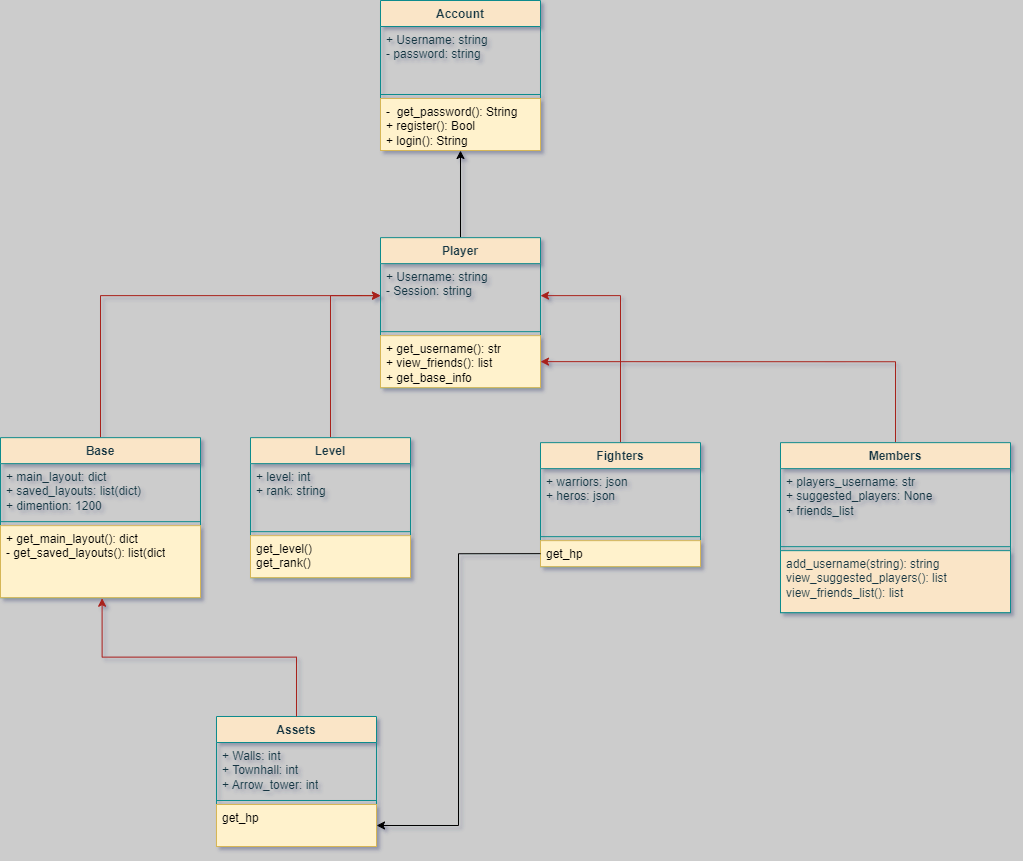
Before: uml/uml_design.png, a diagram exported from draw.io (HamzLDN/WorldOfUnity). Source tidied: cells renumbered, new cells last; positions are measured from the earlier drawing's top-left corner, leaving out a move shared by most shapes.
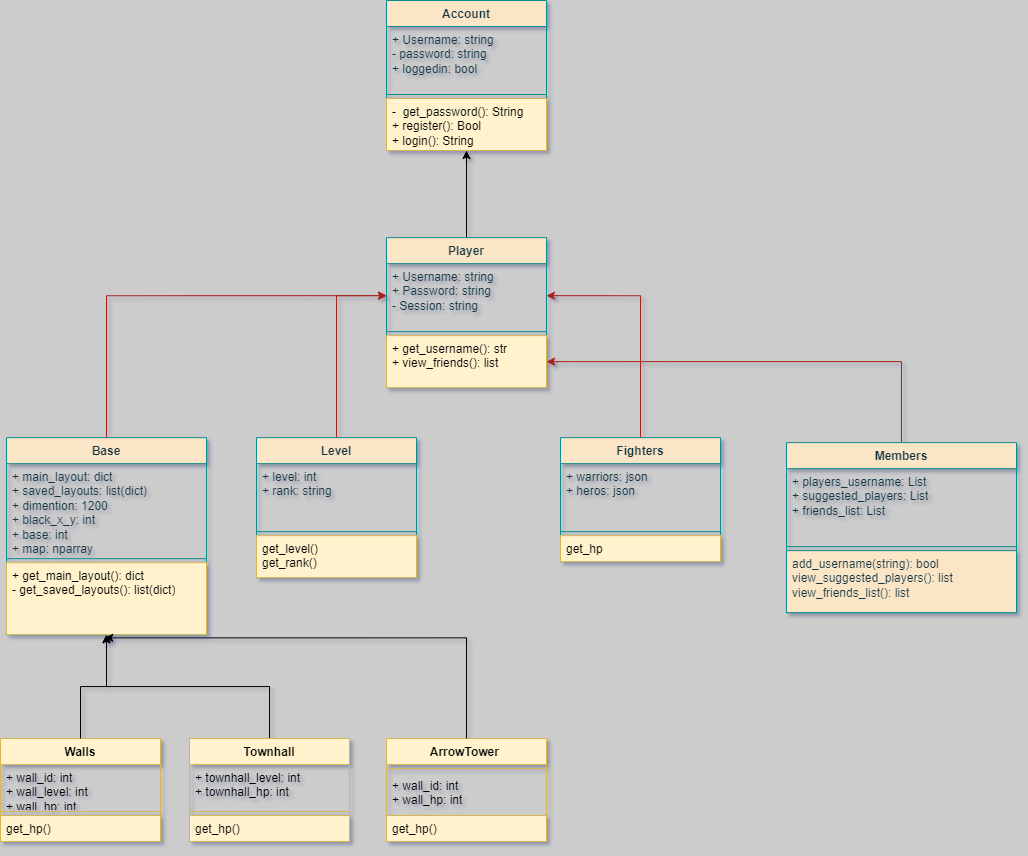
Above is the later version.

Commit message:
UML redesign

Diff of the diagram source:
```diff
@@ -8,29 +8,29 @@
     <mxCell id="3" value="Player" style="swimlane;fontStyle=1;align=center;verticalAlign=top;horizontal=1;startSize=26;whiteSpace=wrap;html=1;fillColor=#FAE5C7;strokeColor=#0F8B8D;labelBackgroundColor=none;fontColor=#143642;" parent="1" vertex="1">
       <mxGeometry x="380" y="237.1" width="160" height="150" as="geometry" />
     </mxCell>
-    <mxCell id="4" value="&lt;div&gt;+ Username: string&lt;/div&gt;&lt;div&gt;- Session: string&lt;/div&gt;" style="text;strokeColor=none;fillColor=none;align=left;verticalAlign=top;spacingLeft=4;spacingRight=4;overflow=hidden;points=[[0,0.5],[1,0.5]];portConstraint=eastwest;whiteSpace=wrap;html=1;labelBackgroundColor=none;fontColor=#143642;" parent="3" vertex="1">
+    <mxCell id="4" value="&lt;div&gt;+ Username: string&lt;/div&gt;&lt;div&gt;+ Password: string&lt;/div&gt;&lt;div&gt;- Session: string&lt;/div&gt;" style="text;strokeColor=none;fillColor=none;align=left;verticalAlign=top;spacingLeft=4;spacingRight=4;overflow=hidden;points=[[0,0.5],[1,0.5]];portConstraint=eastwest;whiteSpace=wrap;html=1;labelBackgroundColor=none;fontColor=#143642;" parent="3" vertex="1">
       <mxGeometry y="26" width="160" height="64" as="geometry" />
     </mxCell>
     <mxCell id="5" style="line;strokeWidth=1;fillColor=none;align=left;verticalAlign=middle;spacingTop=-1;spacingLeft=3;spacingRight=3;labelPosition=right;strokeColor=#0F8B8D;labelBackgroundColor=none;fontColor=#143642;" parent="3" vertex="1">
       <mxGeometry y="90" width="160" height="8" as="geometry" />
     </mxCell>
-    <mxCell id="6" value="+ get_username(): str&lt;div&gt;+ view_friends(): list&lt;/div&gt;&lt;div&gt;+ get_base_info&lt;/div&gt;" style="text;strokeColor=#d6b656;fillColor=#fff2cc;align=left;verticalAlign=top;spacingLeft=4;spacingRight=4;overflow=hidden;points=[[0,0.5],[1,0.5]];portConstraint=eastwest;whiteSpace=wrap;html=1;labelBackgroundColor=none;" parent="3" vertex="1">
+    <mxCell id="6" value="+ get_username(): str&lt;div&gt;+ view_friends(): list&lt;/div&gt;&lt;div&gt;&lt;br&gt;&lt;/div&gt;" style="text;strokeColor=#d6b656;fillColor=#fff2cc;align=left;verticalAlign=top;spacingLeft=4;spacingRight=4;overflow=hidden;points=[[0,0.5],[1,0.5]];portConstraint=eastwest;whiteSpace=wrap;html=1;labelBackgroundColor=none;" parent="3" vertex="1">
       <mxGeometry y="98" width="160" height="52" as="geometry" />
     </mxCell>
     <mxCell id="7" style="edgeStyle=orthogonalEdgeStyle;rounded=0;jettySize=auto;html=1;entryX=0;entryY=0.5;entryDx=0;entryDy=0;labelBackgroundColor=none;strokeColor=#A8201A;fontColor=default;" parent="1" edge="1" source="8" target="4">
       <mxGeometry relative="1" as="geometry" />
     </mxCell>
     <mxCell id="8" value="Base" style="swimlane;fontStyle=1;align=center;verticalAlign=top;horizontal=1;startSize=26;whiteSpace=wrap;html=1;fillColor=#FAE5C7;strokeColor=#0F8B8D;labelBackgroundColor=none;fontColor=#143642;" parent="1" vertex="1">
-      <mxGeometry y="437.1" width="200" height="160" as="geometry" />
+      <mxGeometry y="437.1" width="200" height="197" as="geometry" />
     </mxCell>
-    <mxCell id="9" value="+ main_layout: dict&lt;div&gt;+ saved_layouts: list(dict)&lt;/div&gt;&lt;div&gt;+ dimention: 1200&lt;/div&gt;" style="text;strokeColor=none;fillColor=none;align=left;verticalAlign=top;spacingLeft=4;spacingRight=4;overflow=hidden;whiteSpace=wrap;html=1;labelBackgroundColor=none;fontColor=#143642;" parent="8" vertex="1">
-      <mxGeometry y="26" width="200" height="54" as="geometry" />
+    <mxCell id="9" value="+ main_layout: dict&lt;div&gt;+ saved_layouts: list(dict)&lt;/div&gt;&lt;div&gt;+ dimention: 1200&lt;/div&gt;&lt;div&gt;+ black_x_y: int&lt;/div&gt;&lt;div&gt;+ base: int&lt;/div&gt;&lt;div&gt;+ map: nparray&lt;/div&gt;" style="text;strokeColor=none;fillColor=none;align=left;verticalAlign=top;spacingLeft=4;spacingRight=4;overflow=hidden;whiteSpace=wrap;html=1;labelBackgroundColor=none;fontColor=#143642;" parent="8" vertex="1">
+      <mxGeometry y="26" width="200" height="91" as="geometry" />
     </mxCell>
     <mxCell id="10" style="line;strokeWidth=1;fillColor=none;align=left;verticalAlign=middle;spacingTop=-1;spacingLeft=3;spacingRight=3;labelPosition=right;strokeColor=#0F8B8D;labelBackgroundColor=none;fontColor=#143642;" parent="8" vertex="1">
-      <mxGeometry y="80" width="200" height="8" as="geometry" />
+      <mxGeometry y="117" width="200" height="8" as="geometry" />
     </mxCell>
-    <mxCell id="11" value="+ get_main_layout(): dict&lt;div&gt;- get_saved_layouts(): list(dict&lt;/div&gt;" style="text;strokeColor=#d6b656;fillColor=#fff2cc;align=left;verticalAlign=top;spacingLeft=4;spacingRight=4;overflow=hidden;points=[[0,0.5],[1,0.5]];portConstraint=eastwest;whiteSpace=wrap;html=1;labelBackgroundColor=none;" parent="8" vertex="1">
-      <mxGeometry y="88" width="200" height="72" as="geometry" />
+    <mxCell id="11" value="+ get_main_layout(): dict&lt;div&gt;- get_saved_layouts(): list(dict)&lt;/div&gt;&lt;div&gt;&lt;br&gt;&lt;/div&gt;" style="text;strokeColor=#d6b656;fillColor=#fff2cc;align=left;verticalAlign=top;spacingLeft=4;spacingRight=4;overflow=hidden;points=[[0,0.5],[1,0.5]];portConstraint=eastwest;whiteSpace=wrap;html=1;labelBackgroundColor=none;" parent="8" vertex="1">
+      <mxGeometry y="125" width="200" height="72" as="geometry" />
     </mxCell>
     <mxCell id="12" style="edgeStyle=orthogonalEdgeStyle;rounded=0;jettySize=auto;html=1;entryX=0;entryY=0.5;entryDx=0;entryDy=0;labelBackgroundColor=none;strokeColor=#A8201A;fontColor=default;" parent="1" edge="1" source="13" target="4">
       <mxGeometry relative="1" as="geometry" />
@@ -47,26 +47,11 @@
     <mxCell id="16" value="get_level()&lt;div&gt;get_rank()&lt;/div&gt;" style="text;strokeColor=#d6b656;fillColor=#fff2cc;align=left;verticalAlign=top;spacingLeft=4;spacingRight=4;overflow=hidden;whiteSpace=wrap;html=1;labelBackgroundColor=none;" parent="13" vertex="1">
       <mxGeometry y="98" width="160" height="42" as="geometry" />
     </mxCell>
-    <mxCell id="17" value="Assets" style="swimlane;fontStyle=1;align=center;verticalAlign=top;horizontal=1;startSize=26;whiteSpace=wrap;html=1;fillColor=#FAE5C7;strokeColor=#0F8B8D;labelBackgroundColor=none;fontColor=#143642;" parent="1" vertex="1">
-      <mxGeometry x="216" y="716" width="160" height="130" as="geometry" />
-    </mxCell>
-    <mxCell id="18" value="+ Walls: int&lt;div&gt;+ Townhall: int&lt;/div&gt;&lt;div&gt;+ Arrow_tower: int&lt;/div&gt;" style="text;strokeColor=none;fillColor=none;align=left;verticalAlign=top;spacingLeft=4;spacingRight=4;overflow=hidden;whiteSpace=wrap;html=1;labelBackgroundColor=none;fontColor=#143642;" parent="17" vertex="1">
-      <mxGeometry y="26" width="160" height="54" as="geometry" />
-    </mxCell>
-    <mxCell id="19" style="line;strokeWidth=1;fillColor=none;align=left;verticalAlign=middle;spacingTop=-1;spacingLeft=3;spacingRight=3;labelPosition=right;strokeColor=#0F8B8D;labelBackgroundColor=none;fontColor=#143642;" parent="17" vertex="1">
-      <mxGeometry y="80" width="160" height="8" as="geometry" />
-    </mxCell>
-    <mxCell id="20" value="get_hp" style="text;strokeColor=#d6b656;fillColor=#fff2cc;align=left;verticalAlign=top;spacingLeft=4;spacingRight=4;overflow=hidden;points=[[0,0.5],[1,0.5]];portConstraint=eastwest;whiteSpace=wrap;html=1;labelBackgroundColor=none;" parent="17" vertex="1">
-      <mxGeometry y="88" width="160" height="42" as="geometry" />
-    </mxCell>
-    <mxCell id="21" style="edgeStyle=orthogonalEdgeStyle;rounded=0;jettySize=auto;html=1;entryX=0.508;entryY=1.008;entryDx=0;entryDy=0;entryPerimeter=0;labelBackgroundColor=none;strokeColor=#A8201A;fontColor=default;" parent="1" edge="1" source="17" target="11">
-      <mxGeometry relative="1" as="geometry" />
-    </mxCell>
     <mxCell id="22" style="edgeStyle=orthogonalEdgeStyle;rounded=0;jettySize=auto;html=1;entryX=1;entryY=0.5;entryDx=0;entryDy=0;labelBackgroundColor=none;strokeColor=#A8201A;fontColor=default;" parent="1" edge="1" source="23" target="4">
       <mxGeometry relative="1" as="geometry" />
     </mxCell>
     <mxCell id="23" value="Fighters" style="swimlane;fontStyle=1;align=center;verticalAlign=top;horizontal=1;startSize=26;whiteSpace=wrap;html=1;fillColor=#FAE5C7;strokeColor=#0F8B8D;labelBackgroundColor=none;fontColor=#143642;" parent="1" vertex="1">
-      <mxGeometry x="540" y="442.1" width="160" height="124" as="geometry" />
+      <mxGeometry x="554" y="437.1" width="160" height="124" as="geometry" />
     </mxCell>
     <mxCell id="24" value="+ warriors: json&lt;div&gt;+ heros: json&lt;/div&gt;" style="text;strokeColor=none;fillColor=none;align=left;verticalAlign=top;spacingLeft=4;spacingRight=4;overflow=hidden;whiteSpace=wrap;html=1;labelBackgroundColor=none;fontColor=#143642;" parent="23" vertex="1">
       <mxGeometry y="26" width="160" height="64" as="geometry" />
@@ -83,22 +68,19 @@
     <mxCell id="28" value="Members" style="swimlane;fontStyle=1;align=center;verticalAlign=top;horizontal=1;startSize=26;whiteSpace=wrap;html=1;fillColor=#FAE5C7;strokeColor=#0F8B8D;labelBackgroundColor=none;fontColor=#143642;" parent="1" vertex="1">
       <mxGeometry x="780" y="442.1" width="230" height="170" as="geometry" />
     </mxCell>
-    <mxCell id="29" value="+ players_username: str&lt;div&gt;+ suggested_players: None&lt;/div&gt;&lt;div&gt;+ friends_list&lt;/div&gt;" style="text;strokeColor=none;fillColor=none;align=left;verticalAlign=top;spacingLeft=4;spacingRight=4;overflow=hidden;whiteSpace=wrap;html=1;labelBackgroundColor=none;fontColor=#143642;" parent="28" vertex="1">
+    <mxCell id="29" value="+ players_username: List&lt;div&gt;+ suggested_players: List&lt;/div&gt;&lt;div&gt;+ friends_list: List&lt;/div&gt;" style="text;strokeColor=none;fillColor=none;align=left;verticalAlign=top;spacingLeft=4;spacingRight=4;overflow=hidden;whiteSpace=wrap;html=1;labelBackgroundColor=none;fontColor=#143642;" parent="28" vertex="1">
       <mxGeometry y="26" width="230" height="74" as="geometry" />
     </mxCell>
     <mxCell id="30" style="line;strokeWidth=1;fillColor=#FAE5C7;align=left;verticalAlign=middle;spacingTop=-1;spacingLeft=3;spacingRight=3;labelPosition=right;strokeColor=#0F8B8D;labelBackgroundColor=none;fontColor=#143642;" parent="28" vertex="1">
       <mxGeometry y="100" width="230" height="8" as="geometry" />
     </mxCell>
-    <mxCell id="31" value="add_username(string): string&lt;div&gt;view_suggested_players(): list&lt;/div&gt;&lt;div&gt;view_friends_list(): list&lt;/div&gt;" style="text;strokeColor=#0F8B8D;fillColor=#FAE5C7;align=left;verticalAlign=top;spacingLeft=4;spacingRight=4;overflow=hidden;whiteSpace=wrap;html=1;labelBackgroundColor=none;fontColor=#143642;" parent="28" vertex="1">
+    <mxCell id="31" value="add_username(string): bool&lt;div&gt;view_suggested_players(): list&lt;/div&gt;&lt;div&gt;view_friends_list(): list&lt;/div&gt;" style="text;strokeColor=#0F8B8D;fillColor=#FAE5C7;align=left;verticalAlign=top;spacingLeft=4;spacingRight=4;overflow=hidden;whiteSpace=wrap;html=1;labelBackgroundColor=none;fontColor=#143642;" parent="28" vertex="1">
       <mxGeometry y="108" width="230" height="62" as="geometry" />
     </mxCell>
-    <mxCell id="32" style="edgeStyle=orthogonalEdgeStyle;rounded=0;jettySize=auto;html=1;exitX=0;exitY=0.5;exitDx=0;exitDy=0;entryX=1;entryY=0.5;entryDx=0;entryDy=0;" parent="1" edge="1" source="26" target="20">
-      <mxGeometry relative="1" as="geometry" />
-    </mxCell>
     <mxCell id="33" value="Account" style="swimlane;fontStyle=1;align=center;verticalAlign=top;horizontal=1;startSize=26;whiteSpace=wrap;html=1;fillColor=#FAE5C7;strokeColor=#0F8B8D;labelBackgroundColor=none;fontColor=#143642;" parent="1" vertex="1">
       <mxGeometry x="380" width="160" height="150" as="geometry" />
     </mxCell>
-    <mxCell id="34" value="&lt;div&gt;+ Username: string&lt;/div&gt;&lt;div&gt;- password: string&lt;/div&gt;" style="text;strokeColor=none;fillColor=none;align=left;verticalAlign=top;spacingLeft=4;spacingRight=4;overflow=hidden;whiteSpace=wrap;html=1;labelBackgroundColor=none;fontColor=#143642;" parent="33" vertex="1">
+    <mxCell id="34" value="&lt;div&gt;+ Username: string&lt;/div&gt;&lt;div&gt;- password: string&lt;/div&gt;&lt;div&gt;+ loggedin: bool&lt;/div&gt;" style="text;strokeColor=none;fillColor=none;align=left;verticalAlign=top;spacingLeft=4;spacingRight=4;overflow=hidden;whiteSpace=wrap;html=1;labelBackgroundColor=none;fontColor=#143642;" parent="33" vertex="1">
       <mxGeometry y="26" width="160" height="64" as="geometry" />
     </mxCell>
     <mxCell id="35" style="line;strokeWidth=1;fillColor=none;align=left;verticalAlign=middle;spacingTop=-1;spacingLeft=3;spacingRight=3;labelPosition=right;strokeColor=#0F8B8D;labelBackgroundColor=none;fontColor=#143642;" parent="33" vertex="1">
@@ -107,5 +89,50 @@
     <mxCell id="36" value="-&amp;nbsp; get_password(): String&lt;div&gt;+ register(): Bool&lt;/div&gt;&lt;div&gt;+ login(): String&lt;/div&gt;" style="text;strokeColor=#d6b656;fillColor=#fff2cc;align=left;verticalAlign=top;spacingLeft=4;spacingRight=4;overflow=hidden;whiteSpace=wrap;html=1;labelBackgroundColor=none;" parent="33" vertex="1">
       <mxGeometry y="98" width="160" height="52" as="geometry" />
     </mxCell>
+    <mxCell id="37" value="Walls" style="swimlane;fontStyle=1;align=center;verticalAlign=top;horizontal=1;startSize=26;whiteSpace=wrap;html=1;fillColor=#fff2cc;strokeColor=#d6b656;" parent="1" vertex="1">
+      <mxGeometry x="-6" y="738" width="160" height="103" as="geometry" />
+    </mxCell>
+    <mxCell id="38" value="+ wall_id: int&lt;div&gt;+ wall_level: int&lt;/div&gt;&lt;div&gt;+ wall_hp: int&lt;/div&gt;" style="text;strokeColor=none;fillColor=none;align=left;verticalAlign=top;spacingLeft=4;spacingRight=4;overflow=hidden;whiteSpace=wrap;html=1;" parent="37" vertex="1">
+      <mxGeometry y="26" width="160" height="43" as="geometry" />
+    </mxCell>
+    <mxCell id="39" style="line;strokeWidth=1;fillColor=none;align=left;verticalAlign=middle;spacingTop=-1;spacingLeft=3;spacingRight=3;labelPosition=right;strokeColor=inherit;" parent="37" vertex="1">
+      <mxGeometry y="69" width="160" height="8" as="geometry" />
+    </mxCell>
+    <mxCell id="40" value="get_hp()" style="text;strokeColor=#d6b656;fillColor=#fff2cc;align=left;verticalAlign=top;spacingLeft=4;spacingRight=4;overflow=hidden;whiteSpace=wrap;html=1;" parent="37" vertex="1">
+      <mxGeometry y="77" width="160" height="26" as="geometry" />
+    </mxCell>
+    <mxCell id="41" style="edgeStyle=orthogonalEdgeStyle;rounded=0;jettySize=auto;html=1;" parent="1" edge="1" source="37" target="8">
+      <mxGeometry relative="1" as="geometry" />
+    </mxCell>
+    <mxCell id="42" style="edgeStyle=orthogonalEdgeStyle;rounded=0;jettySize=auto;html=1;entryX=0.5;entryY=1;entryDx=0;entryDy=0;" parent="1" edge="1" source="43" target="8">
+      <mxGeometry relative="1" as="geometry" />
+    </mxCell>
+    <mxCell id="43" value="Townhall" style="swimlane;fontStyle=1;align=center;verticalAlign=top;horizontal=1;startSize=26;whiteSpace=wrap;html=1;fillColor=#fff2cc;strokeColor=#d6b656;" parent="1" vertex="1">
+      <mxGeometry x="183" y="738" width="160" height="103" as="geometry" />
+    </mxCell>
+    <mxCell id="44" value="+ townhall_level: int&lt;div&gt;+ townhall_hp: int&lt;/div&gt;" style="text;strokeColor=none;fillColor=none;align=left;verticalAlign=top;spacingLeft=4;spacingRight=4;overflow=hidden;whiteSpace=wrap;html=1;" parent="43" vertex="1">
+      <mxGeometry y="26" width="160" height="43" as="geometry" />
+    </mxCell>
+    <mxCell id="45" style="line;strokeWidth=1;fillColor=none;align=left;verticalAlign=middle;spacingTop=-1;spacingLeft=3;spacingRight=3;labelPosition=right;strokeColor=inherit;" parent="43" vertex="1">
+      <mxGeometry y="69" width="160" height="8" as="geometry" />
+    </mxCell>
+    <mxCell id="46" value="get_hp()" style="text;strokeColor=#d6b656;fillColor=#fff2cc;align=left;verticalAlign=top;spacingLeft=4;spacingRight=4;overflow=hidden;whiteSpace=wrap;html=1;" parent="43" vertex="1">
+      <mxGeometry y="77" width="160" height="26" as="geometry" />
+    </mxCell>
+    <mxCell id="47" value="ArrowTower&amp;nbsp;" style="swimlane;fontStyle=1;align=center;verticalAlign=top;horizontal=1;startSize=26;whiteSpace=wrap;html=1;fillColor=#fff2cc;strokeColor=#d6b656;" parent="1" vertex="1">
+      <mxGeometry x="380" y="738" width="160" height="103" as="geometry" />
+    </mxCell>
+    <mxCell id="48" style="line;strokeWidth=1;fillColor=none;align=left;verticalAlign=middle;spacingTop=-1;spacingLeft=3;spacingRight=3;labelPosition=right;strokeColor=inherit;" parent="47" vertex="1">
+      <mxGeometry y="26" width="160" height="8" as="geometry" />
+    </mxCell>
+    <mxCell id="49" value="+ wall_id: int&lt;div&gt;+ wall_hp: int&lt;/div&gt;" style="text;strokeColor=none;fillColor=none;align=left;verticalAlign=top;spacingLeft=4;spacingRight=4;overflow=hidden;whiteSpace=wrap;html=1;" parent="47" vertex="1">
+      <mxGeometry y="34" width="160" height="43" as="geometry" />
+    </mxCell>
+    <mxCell id="50" value="get_hp()" style="text;strokeColor=#d6b656;fillColor=#fff2cc;align=left;verticalAlign=top;spacingLeft=4;spacingRight=4;overflow=hidden;whiteSpace=wrap;html=1;" parent="47" vertex="1">
+      <mxGeometry y="77" width="160" height="26" as="geometry" />
+    </mxCell>
+    <mxCell id="51" style="edgeStyle=orthogonalEdgeStyle;rounded=0;jettySize=auto;html=1;entryX=0.491;entryY=1.045;entryDx=0;entryDy=0;entryPerimeter=0;" parent="1" edge="1" source="47" target="11">
+      <mxGeometry relative="1" as="geometry" />
+    </mxCell>
   </root>
 </mxGraphModel>
```
